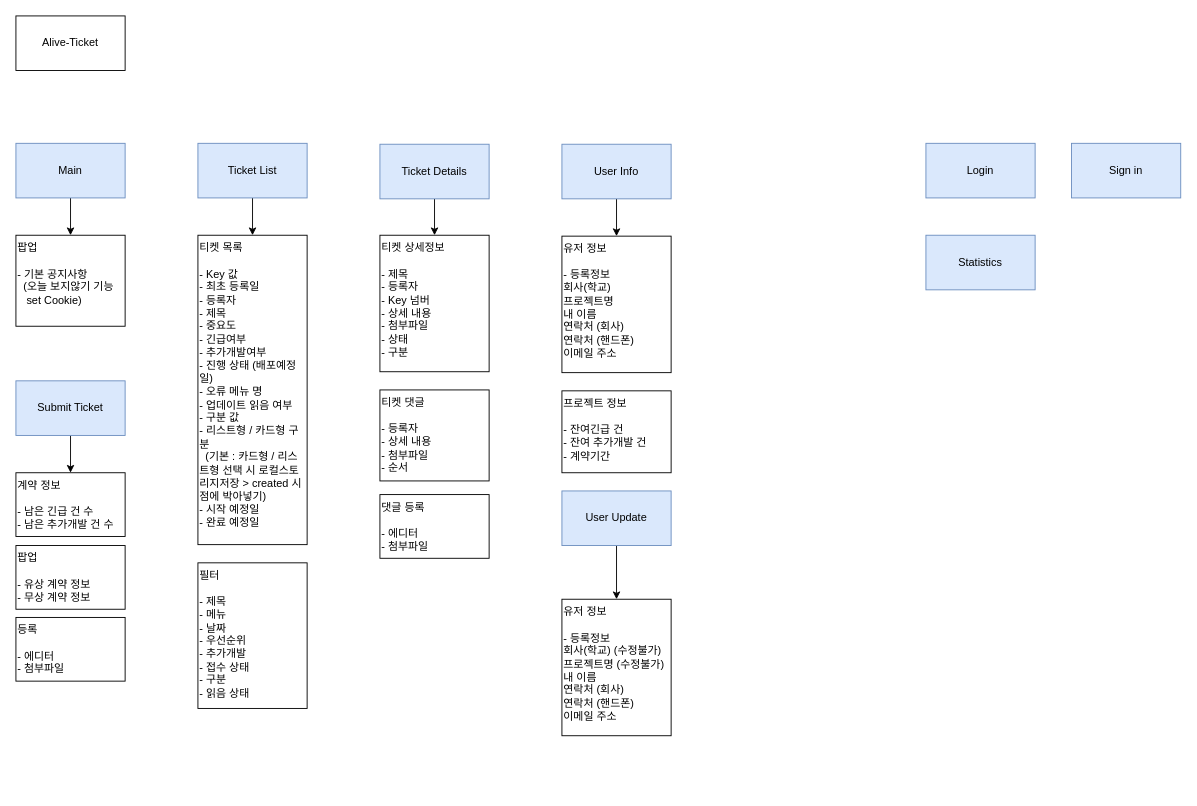
Before: page "사용자 메뉴구성" (1 of 2) of alive-ticket-flow.drawio in HAR00N/draw.io, a draw.io diagram. Source tidied: cells renumbered, new cells numbered last; positions are measured from the earlier drawing's top-left corner, leaving out a move shared by most shapes. Both pictures are drawn from the tidied source at 91%, with x=0, y=0 at pixel (15, 15).
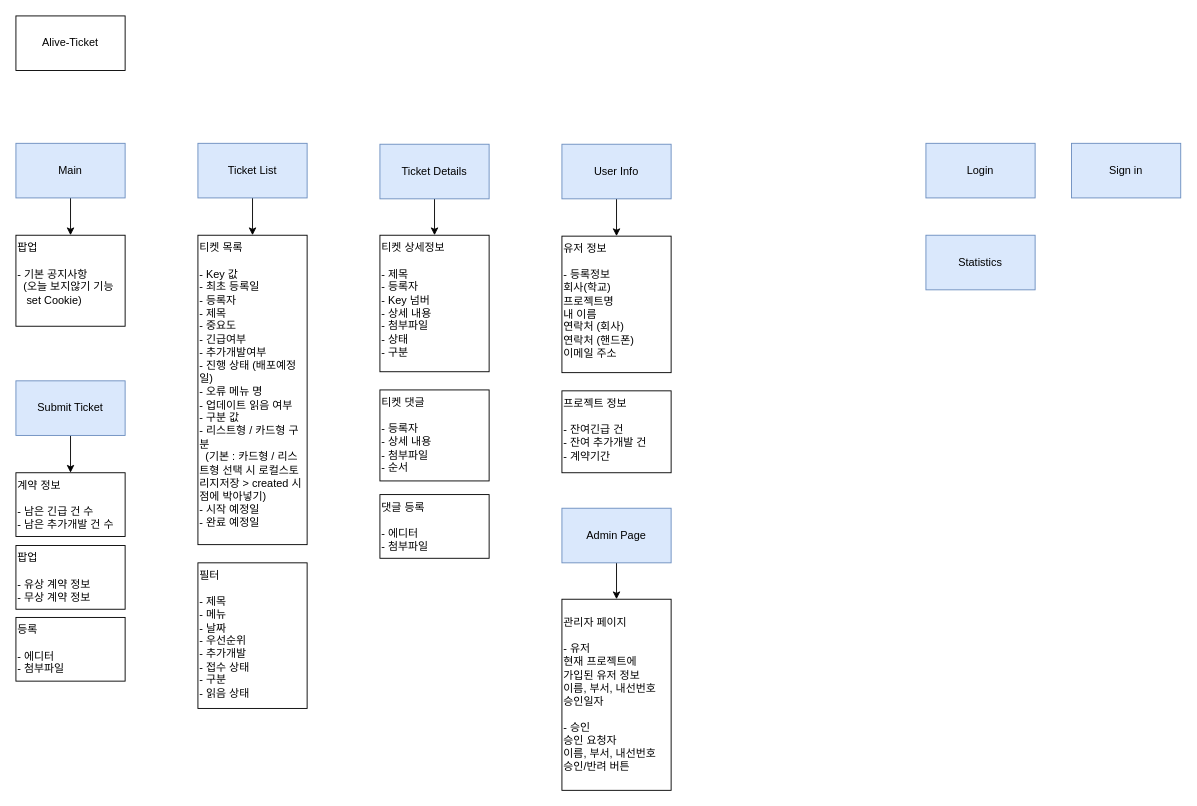
The same page after the edit.

What changed in the source:
```diff
@@
-    <mxCell id="16" style="edgeStyle=orthogonalEdgeStyle;rounded=0;jettySize=auto;html=1;" parent="1" edge="1" source="17" target="29">
-      <mxGeometry relative="1" as="geometry" />
-    </mxCell>
-    <mxCell id="17" value="User Update" style="whiteSpace=wrap;html=1;rounded=0;fillColor=#dae8fc;strokeColor=#6c8ebf;" parent="1" vertex="1">
-      <mxGeometry x="600" y="522" width="120" height="60" as="geometry" />
-    </mxCell>
@@
-    <mxCell id="29" value="유저 정보&lt;br&gt;&lt;br&gt;- 등록정보&amp;nbsp;&lt;br&gt;회사(학교) (수정불가)&lt;br&gt;프로젝트명 (수정불가)&lt;br&gt;내 이름&lt;br&gt;연락처 (회사)&lt;br&gt;연락처 (핸드폰)&lt;br&gt;이메일 주소" style="whiteSpace=wrap;html=1;rounded=0;align=left;verticalAlign=top;" parent="1" vertex="1">
-      <mxGeometry x="600" y="641" width="120" height="150" as="geometry" />
-    </mxCell>
+    <mxCell id="30" style="edgeStyle=orthogonalEdgeStyle;rounded=0;jettySize=auto;html=1;" parent="1" edge="1" source="31" target="32">
+      <mxGeometry relative="1" as="geometry" />
+    </mxCell>
+    <mxCell id="31" value="Admin Page" style="whiteSpace=wrap;html=1;rounded=0;fillColor=#dae8fc;strokeColor=#6c8ebf;" parent="1" vertex="1">
+      <mxGeometry x="600" y="541" width="120" height="60" as="geometry" />
+    </mxCell>
+    <mxCell id="32" value="관리자 페이지&lt;br&gt;&lt;br&gt;- 유저&lt;br&gt;현재 프로젝트에&lt;br&gt;가입된 유저 정보&lt;br&gt;이름, 부서, 내선번호&lt;br&gt;승인일자&lt;br&gt;&lt;br&gt;- 승인&lt;br&gt;승인 요청자&lt;br&gt;이름, 부서, 내선번호&lt;br&gt;승인/반려 버튼" style="whiteSpace=wrap;html=1;rounded=0;align=left;" parent="1" vertex="1">
+      <mxGeometry x="600" y="641" width="120" height="210" as="geometry" />
+    </mxCell>
```
